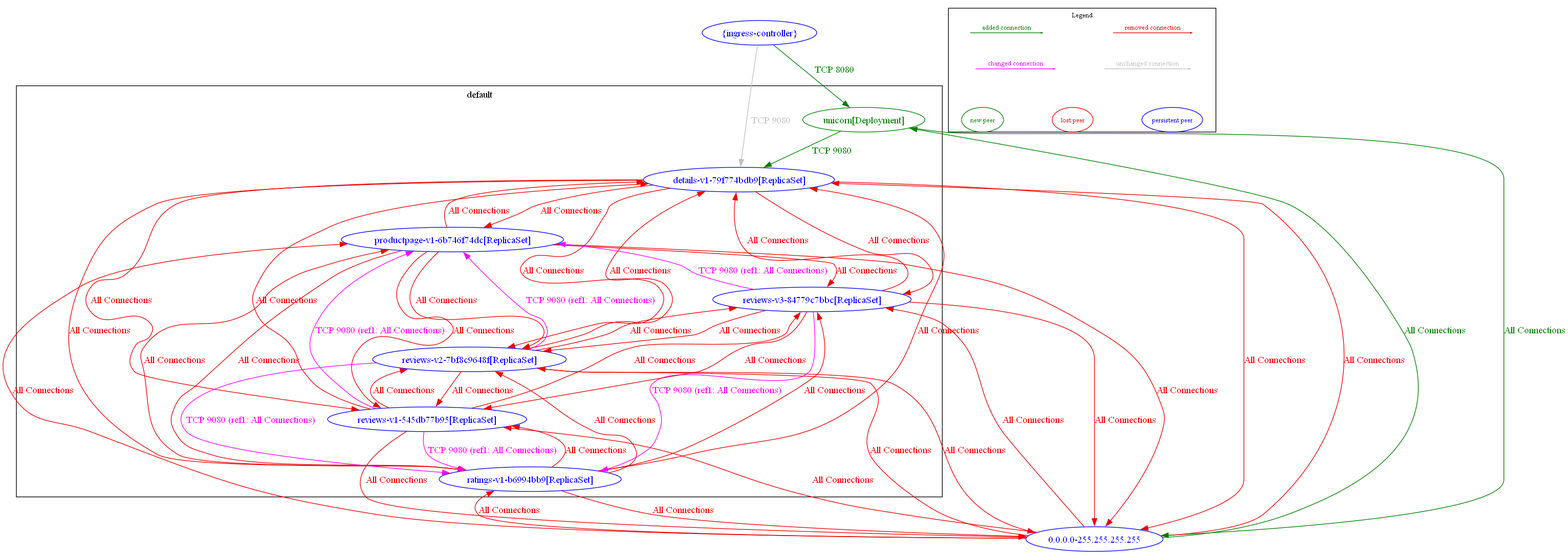
This is test_outputs/diff/diff_between_k8s_ingress_test_new_and_k8s_ingress_test.dot.png from np-guard/netpol-analyzer, a Graphviz export, as it was before one commit. Its source is kept beside it as test_outputs/diff/diff_between_k8s_ingress_test_new_and_k8s_ingress_test.dot.
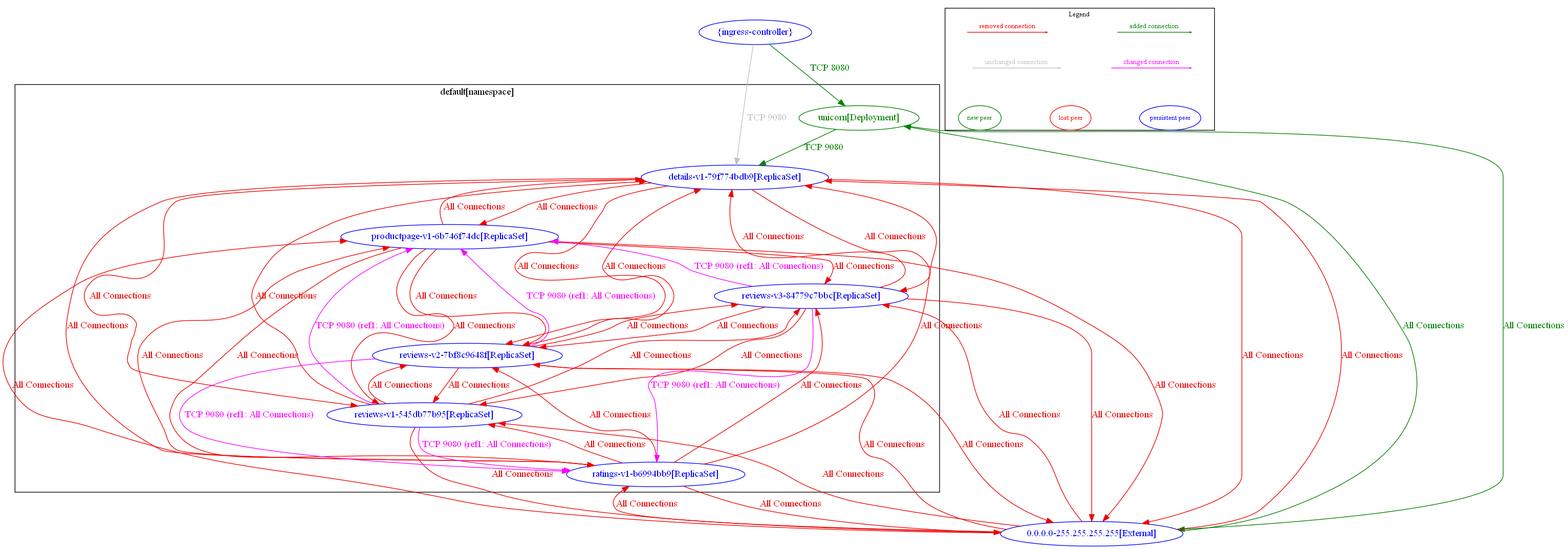
Later version of the same file.

Diff of the diagram source:
```diff
@@ -1,5 +1,5 @@
 digraph {
-	subgraph "cluster_default" {
+	subgraph "cluster_default[namespace]" {
 		color="black"
 		fontcolor="black"
 		"default/details-v1-79f774bdb9[ReplicaSet]" [label="details-v1-79f774bdb9[ReplicaSet]" color="blue" fontcolor="blue"]
@@ -9,54 +9,54 @@
 		"default/reviews-v2-7bf8c9648f[ReplicaSet]" [label="reviews-v2-7bf8c9648f[ReplicaSet]" color="blue" fontcolor="blue"]
 		"default/reviews-v3-84779c7bbc[ReplicaSet]" [label="reviews-v3-84779c7bbc[ReplicaSet]" color="blue" fontcolor="blue"]
 		"default/unicorn[Deployment]" [label="unicorn[Deployment]" color="#008000" fontcolor="#008000"]
-		label="default"
+		label="default[namespace]"
 	}
-	"0.0.0.0-255.255.255.255" [label="0.0.0.0-255.255.255.255" color="blue" fontcolor="blue"]
+	"0.0.0.0-255.255.255.255[External]" [label="0.0.0.0-255.255.255.255[External]" color="blue" fontcolor="blue"]
 	"{ingress-controller}" [label="{ingress-controller}" color="blue" fontcolor="blue"]
-	"0.0.0.0-255.255.255.255" -> "default/details-v1-79f774bdb9[ReplicaSet]" [label="All Connections" color="red2" fontcolor="red2" weight=0.5]
-	"0.0.0.0-255.255.255.255" -> "default/productpage-v1-6b746f74dc[ReplicaSet]" [label="All Connections" color="red2" fontcolor="red2" weight=0.5]
-	"0.0.0.0-255.255.255.255" -> "default/ratings-v1-b6994bb9[ReplicaSet]" [label="All Connections" color="red2" fontcolor="red2" weight=0.5]
-	"0.0.0.0-255.255.255.255" -> "default/reviews-v1-545db77b95[ReplicaSet]" [label="All Connections" color="red2" fontcolor="red2" weight=0.5]
-	"0.0.0.0-255.255.255.255" -> "default/reviews-v2-7bf8c9648f[ReplicaSet]" [label="All Connections" color="red2" fontcolor="red2" weight=0.5]
-	"0.0.0.0-255.255.255.255" -> "default/reviews-v3-84779c7bbc[ReplicaSet]" [label="All Connections" color="red2" fontcolor="red2" weight=0.5]
-	"0.0.0.0-255.255.255.255" -> "default/unicorn[Deployment]" [label="All Connections" color="#008000" fontcolor="#008000" weight=0.5]
-	"default/details-v1-79f774bdb9[ReplicaSet]" -> "0.0.0.0-255.255.255.255" [label="All Connections" color="red2" fontcolor="red2" weight=1]
+	"0.0.0.0-255.255.255.255[External]" -> "default/details-v1-79f774bdb9[ReplicaSet]" [label="All Connections" color="red2" fontcolor="red2" weight=0.5]
+	"0.0.0.0-255.255.255.255[External]" -> "default/productpage-v1-6b746f74dc[ReplicaSet]" [label="All Connections" color="red2" fontcolor="red2" weight=0.5]
+	"0.0.0.0-255.255.255.255[External]" -> "default/ratings-v1-b6994bb9[ReplicaSet]" [label="All Connections" color="red2" fontcolor="red2" weight=0.5]
+	"0.0.0.0-255.255.255.255[External]" -> "default/reviews-v1-545db77b95[ReplicaSet]" [label="All Connections" color="red2" fontcolor="red2" weight=0.5]
+	"0.0.0.0-255.255.255.255[External]" -> "default/reviews-v2-7bf8c9648f[ReplicaSet]" [label="All Connections" color="red2" fontcolor="red2" weight=0.5]
+	"0.0.0.0-255.255.255.255[External]" -> "default/reviews-v3-84779c7bbc[ReplicaSet]" [label="All Connections" color="red2" fontcolor="red2" weight=0.5]
+	"0.0.0.0-255.255.255.255[External]" -> "default/unicorn[Deployment]" [label="All Connections" color="#008000" fontcolor="#008000" weight=0.5]
+	"default/details-v1-79f774bdb9[ReplicaSet]" -> "0.0.0.0-255.255.255.255[External]" [label="All Connections" color="red2" fontcolor="red2" weight=1]
 	"default/details-v1-79f774bdb9[ReplicaSet]" -> "default/productpage-v1-6b746f74dc[ReplicaSet]" [label="All Connections" color="red2" fontcolor="red2" weight=0.5]
 	"default/details-v1-79f774bdb9[ReplicaSet]" -> "default/ratings-v1-b6994bb9[ReplicaSet]" [label="All Connections" color="red2" fontcolor="red2" weight=0.5]
 	"default/details-v1-79f774bdb9[ReplicaSet]" -> "default/reviews-v1-545db77b95[ReplicaSet]" [label="All Connections" color="red2" fontcolor="red2" weight=0.5]
 	"default/details-v1-79f774bdb9[ReplicaSet]" -> "default/reviews-v2-7bf8c9648f[ReplicaSet]" [label="All Connections" color="red2" fontcolor="red2" weight=0.5]
 	"default/details-v1-79f774bdb9[ReplicaSet]" -> "default/reviews-v3-84779c7bbc[ReplicaSet]" [label="All Connections" color="red2" fontcolor="red2" weight=0.5]
-	"default/productpage-v1-6b746f74dc[ReplicaSet]" -> "0.0.0.0-255.255.255.255" [label="All Connections" color="red2" fontcolor="red2" weight=1]
+	"default/productpage-v1-6b746f74dc[ReplicaSet]" -> "0.0.0.0-255.255.255.255[External]" [label="All Connections" color="red2" fontcolor="red2" weight=1]
 	"default/productpage-v1-6b746f74dc[ReplicaSet]" -> "default/details-v1-79f774bdb9[ReplicaSet]" [label="All Connections" color="red2" fontcolor="red2" weight=1]
 	"default/productpage-v1-6b746f74dc[ReplicaSet]" -> "default/ratings-v1-b6994bb9[ReplicaSet]" [label="All Connections" color="red2" fontcolor="red2" weight=0.5]
 	"default/productpage-v1-6b746f74dc[ReplicaSet]" -> "default/reviews-v1-545db77b95[ReplicaSet]" [label="All Connections" color="red2" fontcolor="red2" weight=0.5]
 	"default/productpage-v1-6b746f74dc[ReplicaSet]" -> "default/reviews-v2-7bf8c9648f[ReplicaSet]" [label="All Connections" color="red2" fontcolor="red2" weight=0.5]
 	"default/productpage-v1-6b746f74dc[ReplicaSet]" -> "default/reviews-v3-84779c7bbc[ReplicaSet]" [label="All Connections" color="red2" fontcolor="red2" weight=0.5]
-	"default/ratings-v1-b6994bb9[ReplicaSet]" -> "0.0.0.0-255.255.255.255" [label="All Connections" color="red2" fontcolor="red2" weight=1]
+	"default/ratings-v1-b6994bb9[ReplicaSet]" -> "0.0.0.0-255.255.255.255[External]" [label="All Connections" color="red2" fontcolor="red2" weight=1]
 	"default/ratings-v1-b6994bb9[ReplicaSet]" -> "default/details-v1-79f774bdb9[ReplicaSet]" [label="All Connections" color="red2" fontcolor="red2" weight=1]
 	"default/ratings-v1-b6994bb9[ReplicaSet]" -> "default/productpage-v1-6b746f74dc[ReplicaSet]" [label="All Connections" color="red2" fontcolor="red2" weight=1]
 	"default/ratings-v1-b6994bb9[ReplicaSet]" -> "default/reviews-v1-545db77b95[ReplicaSet]" [label="All Connections" color="red2" fontcolor="red2" weight=0.5]
 	"default/ratings-v1-b6994bb9[ReplicaSet]" -> "default/reviews-v2-7bf8c9648f[ReplicaSet]" [label="All Connections" color="red2" fontcolor="red2" weight=0.5]
 	"default/ratings-v1-b6994bb9[ReplicaSet]" -> "default/reviews-v3-84779c7bbc[ReplicaSet]" [label="All Connections" color="red2" fontcolor="red2" weight=0.5]
-	"default/reviews-v1-545db77b95[ReplicaSet]" -> "0.0.0.0-255.255.255.255" [label="All Connections" color="red2" fontcolor="red2" weight=1]
+	"default/reviews-v1-545db77b95[ReplicaSet]" -> "0.0.0.0-255.255.255.255[External]" [label="All Connections" color="red2" fontcolor="red2" weight=1]
 	"default/reviews-v1-545db77b95[ReplicaSet]" -> "default/details-v1-79f774bdb9[ReplicaSet]" [label="All Connections" color="red2" fontcolor="red2" weight=1]
 	"default/reviews-v1-545db77b95[ReplicaSet]" -> "default/productpage-v1-6b746f74dc[ReplicaSet]" [label="TCP 9080 (ref1: All Connections)" color="magenta" fontcolor="magenta" weight=1]
 	"default/reviews-v1-545db77b95[ReplicaSet]" -> "default/ratings-v1-b6994bb9[ReplicaSet]" [label="TCP 9080 (ref1: All Connections)" color="magenta" fontcolor="magenta" weight=1]
 	"default/reviews-v1-545db77b95[ReplicaSet]" -> "default/reviews-v2-7bf8c9648f[ReplicaSet]" [label="All Connections" color="red2" fontcolor="red2" weight=0.5]
 	"default/reviews-v1-545db77b95[ReplicaSet]" -> "default/reviews-v3-84779c7bbc[ReplicaSet]" [label="All Connections" color="red2" fontcolor="red2" weight=0.5]
-	"default/reviews-v2-7bf8c9648f[ReplicaSet]" -> "0.0.0.0-255.255.255.255" [label="All Connections" color="red2" fontcolor="red2" weight=1]
+	"default/reviews-v2-7bf8c9648f[ReplicaSet]" -> "0.0.0.0-255.255.255.255[External]" [label="All Connections" color="red2" fontcolor="red2" weight=1]
 	"default/reviews-v2-7bf8c9648f[ReplicaSet]" -> "default/details-v1-79f774bdb9[ReplicaSet]" [label="All Connections" color="red2" fontcolor="red2" weight=1]
 	"default/reviews-v2-7bf8c9648f[ReplicaSet]" -> "default/productpage-v1-6b746f74dc[ReplicaSet]" [label="TCP 9080 (ref1: All Connections)" color="magenta" fontcolor="magenta" weight=1]
 	"default/reviews-v2-7bf8c9648f[ReplicaSet]" -> "default/ratings-v1-b6994bb9[ReplicaSet]" [label="TCP 9080 (ref1: All Connections)" color="magenta" fontcolor="magenta" weight=1]
 	"default/reviews-v2-7bf8c9648f[ReplicaSet]" -> "default/reviews-v1-545db77b95[ReplicaSet]" [label="All Connections" color="red2" fontcolor="red2" weight=1]
 	"default/reviews-v2-7bf8c9648f[ReplicaSet]" -> "default/reviews-v3-84779c7bbc[ReplicaSet]" [label="All Connections" color="red2" fontcolor="red2" weight=0.5]
-	"default/reviews-v3-84779c7bbc[ReplicaSet]" -> "0.0.0.0-255.255.255.255" [label="All Connections" color="red2" fontcolor="red2" weight=1]
+	"default/reviews-v3-84779c7bbc[ReplicaSet]" -> "0.0.0.0-255.255.255.255[External]" [label="All Connections" color="red2" fontcolor="red2" weight=1]
 	"default/reviews-v3-84779c7bbc[ReplicaSet]" -> "default/details-v1-79f774bdb9[ReplicaSet]" [label="All Connections" color="red2" fontcolor="red2" weight=1]
 	"default/reviews-v3-84779c7bbc[ReplicaSet]" -> "default/productpage-v1-6b746f74dc[ReplicaSet]" [label="TCP 9080 (ref1: All Connections)" color="magenta" fontcolor="magenta" weight=1]
 	"default/reviews-v3-84779c7bbc[ReplicaSet]" -> "default/ratings-v1-b6994bb9[ReplicaSet]" [label="TCP 9080 (ref1: All Connections)" color="magenta" fontcolor="magenta" weight=1]
 	"default/reviews-v3-84779c7bbc[ReplicaSet]" -> "default/reviews-v1-545db77b95[ReplicaSet]" [label="All Connections" color="red2" fontcolor="red2" weight=1]
 	"default/reviews-v3-84779c7bbc[ReplicaSet]" -> "default/reviews-v2-7bf8c9648f[ReplicaSet]" [label="All Connections" color="red2" fontcolor="red2" weight=1]
-	"default/unicorn[Deployment]" -> "0.0.0.0-255.255.255.255" [label="All Connections" color="#008000" fontcolor="#008000" weight=1]
+	"default/unicorn[Deployment]" -> "0.0.0.0-255.255.255.255[External]" [label="All Connections" color="#008000" fontcolor="#008000" weight=1]
 	"default/unicorn[Deployment]" -> "default/details-v1-79f774bdb9[ReplicaSet]" [label="TCP 9080" color="#008000" fontcolor="#008000" weight=1]
 	"{ingress-controller}" -> "default/details-v1-79f774bdb9[ReplicaSet]" [label="TCP 9080" color="grey" fontcolor="grey" weight=1]
 	"{ingress-controller}" -> "default/unicorn[Deployment]" [label="TCP 8080" color="#008000" fontcolor="#008000" weight=1]
```
